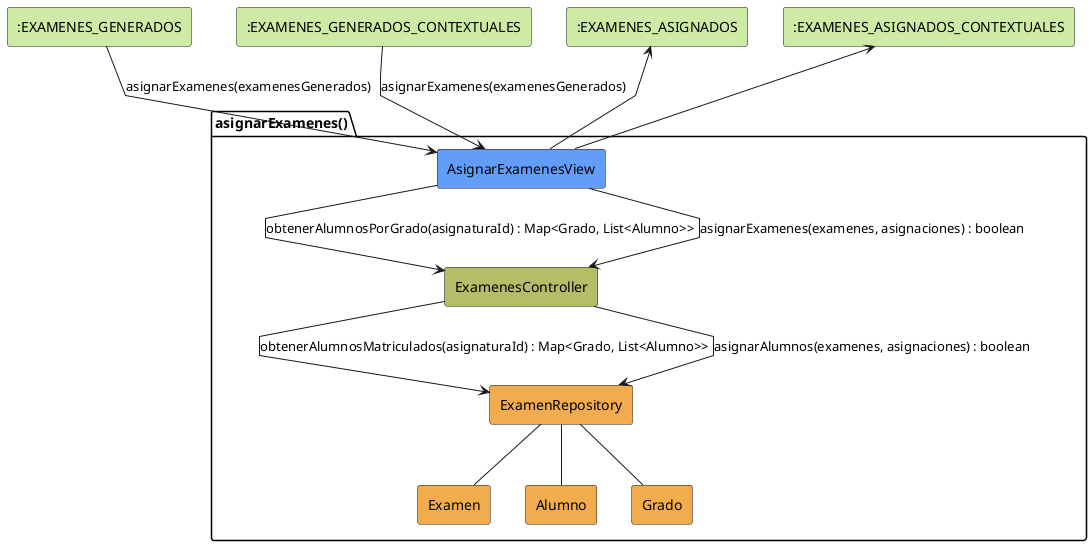
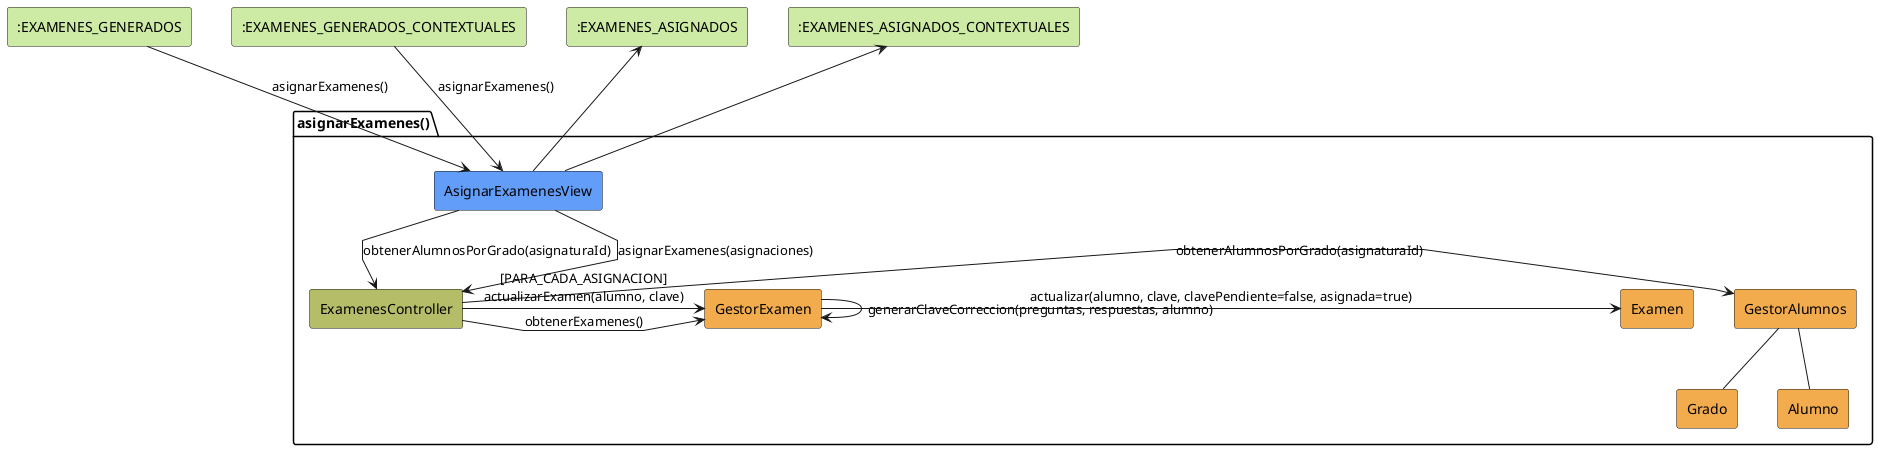
@startuml asignarExamenes-analisis
skinparam linetype polyline

rectangle #CDEBA5 ":EXAMENES_GENERADOS" as ExamGenerados
rectangle #CDEBA5 ":EXAMENES_GENERADOS_CONTEXTUALES" as ExamGeneradosContext
rectangle #CDEBA5 ":EXAMENES_ASIGNADOS" as ExamAsignados
rectangle #CDEBA5 ":EXAMENES_ASIGNADOS_CONTEXTUALES" as ExamAsignadosContext

package asignarExamenes as "asignarExamenes()" {
    rectangle #629EF9 AsignarExamenesView
    rectangle #b5bd68 ExamenesController
-     rectangle #F2AC4E ExamenRepository
+     rectangle #F2AC4E GestorExamen
+     rectangle #F2AC4E GestorAlumnos
    rectangle #F2AC4E Examen
+     rectangle #F2AC4E Grado
    rectangle #F2AC4E Alumno
-     rectangle #F2AC4E Grado
}

- ExamGenerados --> AsignarExamenesView: asignarExamenes(examenesGenerados)
- ExamGeneradosContext --> AsignarExamenesView: asignarExamenes(examenesGenerados)
+ ExamGenerados --> AsignarExamenesView: asignarExamenes()
+ ExamGeneradosContext --> AsignarExamenesView: asignarExamenes()

- AsignarExamenesView -d-> ExamenesController: obtenerAlumnosPorGrado(asignaturaId) : Map<Grado, List<Alumno>>
- ExamenesController --> ExamenRepository: obtenerAlumnosMatriculados(asignaturaId) : Map<Grado, List<Alumno>>
- ExamenRepository -- Alumno
- ExamenRepository -- Grado
+ AsignarExamenesView -d-> ExamenesController: obtenerAlumnosPorGrado(asignaturaId)

- AsignarExamenesView --> ExamenesController: asignarExamenes(examenes, asignaciones) : boolean
- ExamenesController --> ExamenRepository: asignarAlumnos(examenes, asignaciones) : boolean
- ExamenRepository -- Examen
+ ExamenesController -> GestorAlumnos: obtenerAlumnosPorGrado(asignaturaId)
+ GestorAlumnos -- Grado
+ GestorAlumnos -- Alumno
+ 
+ AsignarExamenesView --> ExamenesController: asignarExamenes(asignaciones)
+ 
+ ExamenesController -> GestorExamen: obtenerExamenes()
+ 
+ ExamenesController -> GestorExamen: [PARA_CADA_ASIGNACION]\nactualizarExamen(alumno, clave)
+ GestorExamen -> GestorExamen: generarClaveCorreccion(preguntas, respuestas, alumno)
+ GestorExamen -> Examen: actualizar(alumno, clave, clavePendiente=false, asignada=true)

ExamAsignados <-- AsignarExamenesView
ExamAsignadosContext <-- AsignarExamenesView

@enduml